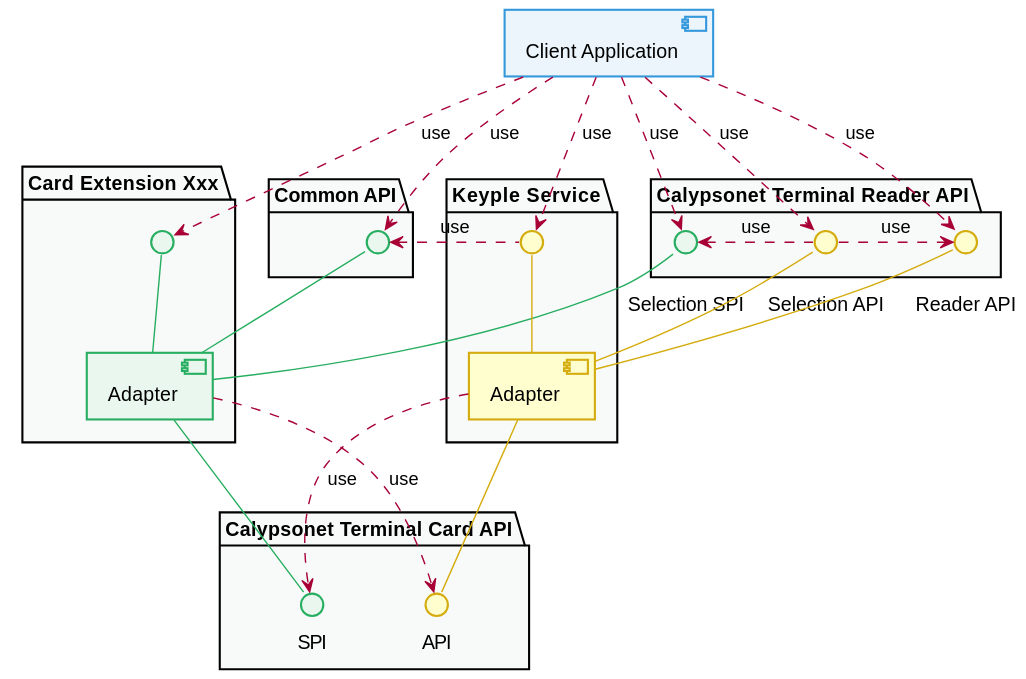
This is media/learn/developer-guide/component-dependencies/card_api.svg from yvonneyam/keyple-website, a PlantUML export, as it was before one commit. The source it was exported from:
```plantuml
@startuml


!define COLOR_YELLOW D4AC0D
!define COLOR_RED E74C3C
!define COLOR_PURPLE 8E44AD
!define COLOR_BLUE 3498DB
!define COLOR_GREEN 27AE60
!define COLOR_GREY 2C3E50

!define C_GREY1 F8F9F9
!define C_GREY2 F2F3F4
!define C_GREY3 E5E7E9
!define C_GREY4 D7DBDD
!define C_GREY5 CACFD2
!define C_GREY6 BDC3C7
!define C_LINK 3498DB
!define C_USE 27AE60

skinparam Shadowing false
skinparam component {
    BorderColor #D4AC0D
    BackgroundColor<<red>> #FDEDEC
    BorderColor<<red>> #E74C3C
    BackgroundColor<<purple>> #F4ECF7
    BorderColor<<purple>> #8E44AD
    BackgroundColor<<blue>> #EBF5FB
    BorderColor<<blue>> #3498DB
    BackgroundColor<<green>> #E9F7EF
    BorderColor<<green>> #27AE60
    BackgroundColor<<grey>> #EAECEE
    BorderColor<<grey>> #2C3E50
}
skinparam interface {
    BorderColor #D4AC0D
    BackgroundColor<<red>> #FDEDEC
    BorderColor<<red>> #E74C3C
    BackgroundColor<<purple>> #F4ECF7
    BorderColor<<purple>> #8E44AD
    BackgroundColor<<blue>> #EBF5FB
    BorderColor<<blue>> #3498DB
    BackgroundColor<<green>> #E9F7EF
    BorderColor<<green>> #27AE60
    BackgroundColor<<grey>> #EAECEE
    BorderColor<<grey>> #2C3E50
}
hide <<red>> stereotype
hide <<purple>> stereotype
hide <<blue>> stereotype
hide <<green>> stereotype
hide <<grey>> stereotype


[Client Application] as application <<blue>>
package "Common API" as packCommonApi {
    interface " " as commonApi <<green>>
}
package "Card Extension Xxx" as packExtension {
    interface " " as specificCardExtensionApi <<green>>
    [Adapter] as extension <<green>>
}
package "Calypsonet Terminal Reader API" as packReaderApi {
    interface "\nReader API" as readerApi
    interface "\nSelection API" as selectionApi
    interface "\nSelection SPI" as selectionSpi <<green>>
}
package "Keyple Service" as packService {
    interface " " as serviceApi
    [Adapter] as service
}
package "Calypsonet Terminal Card API" as packCardApi {
    interface "SPI" as cardSpi <<green>>
    interface "API" as cardApi
}


extension -up- commonApi #COLOR_GREEN
extension -up- selectionSpi #COLOR_GREEN

extension -up- specificCardExtensionApi #COLOR_GREEN
extension -- cardSpi #COLOR_GREEN

service -up- serviceApi #COLOR_YELLOW
service -up- readerApi #COLOR_YELLOW
service -up- selectionApi #COLOR_YELLOW
service -- cardApi #COLOR_YELLOW


application ..> commonApi : use
application ..> specificCardExtensionApi : use
application ..> readerApi : use
application ..> selectionApi : use
application ..> selectionSpi : use
application ..> serviceApi : use

service ..> cardSpi : use

serviceApi .left.> commonApi : use

extension ..> cardApi : use

selectionApi .right.> readerApi : "   use   "
selectionApi .left.> selectionSpi : "   use   "


package packExtension #C_GREY1 {
}
package packCommonApi #C_GREY1 {
}
package packReaderApi #C_GREY1 {
}
package packService #C_GREY1 {
}
package packCardApi #C_GREY1 {
}

@enduml
```
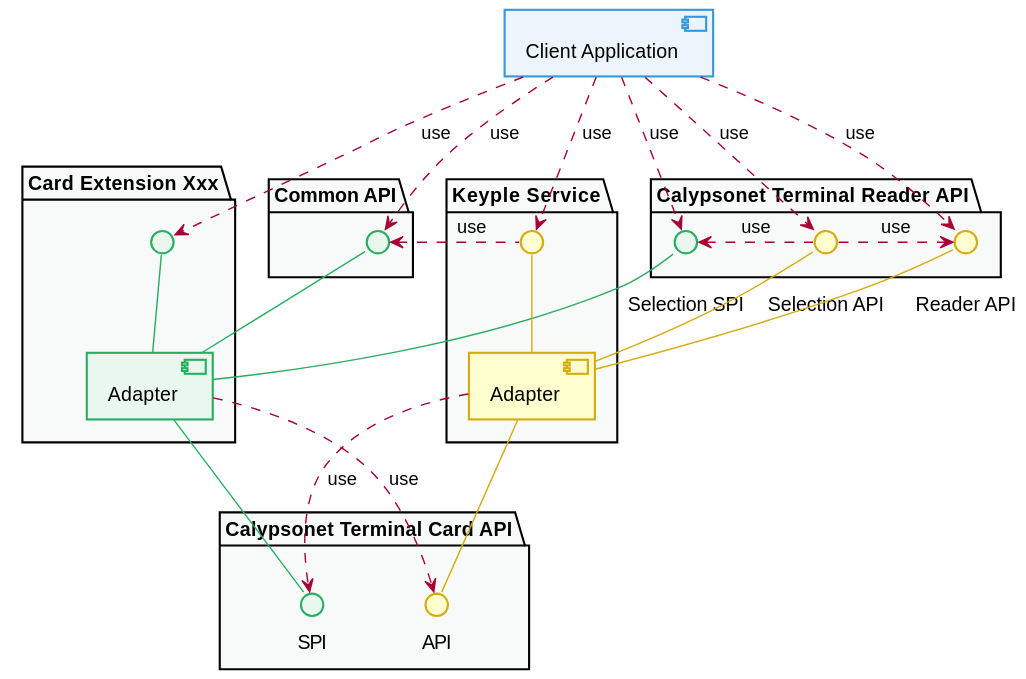
Above is the later version.

The edit, as a diff of the source:
```diff
@@ -95,7 +95,7 @@
 
 service ..> cardSpi : use
 
-serviceApi .left.> commonApi : use
+serviceApi .left.> commonApi : "      use"
 
 extension ..> cardApi : use
 
```
